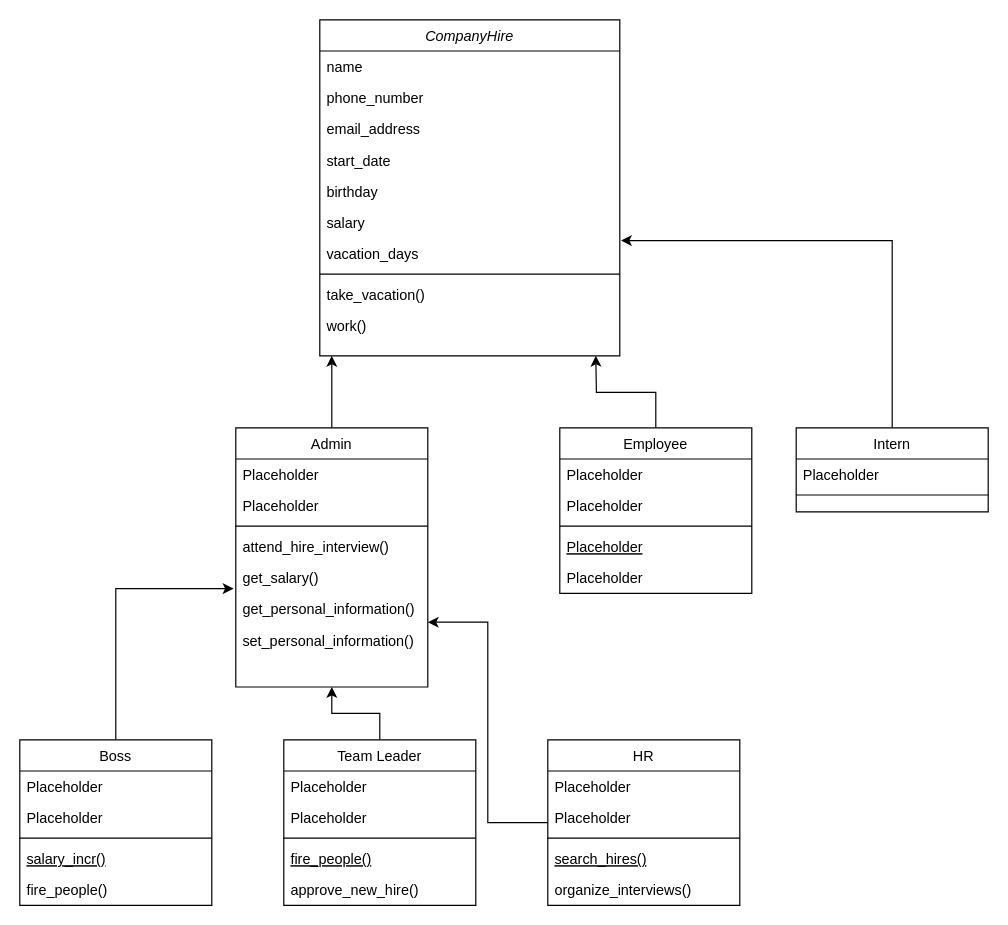
This is Untitled Diagram.drawio from Gaben14/Company_Hierarchy, a draw.io file, before an edit. Source tidied: cells renumbered, new cells numbered last; positions are measured from the earlier drawing's top-left corner, leaving out a move shared by most shapes. Both pictures are drawn from the tidied source at 120%, with x=0, y=0 at pixel (19, 19).
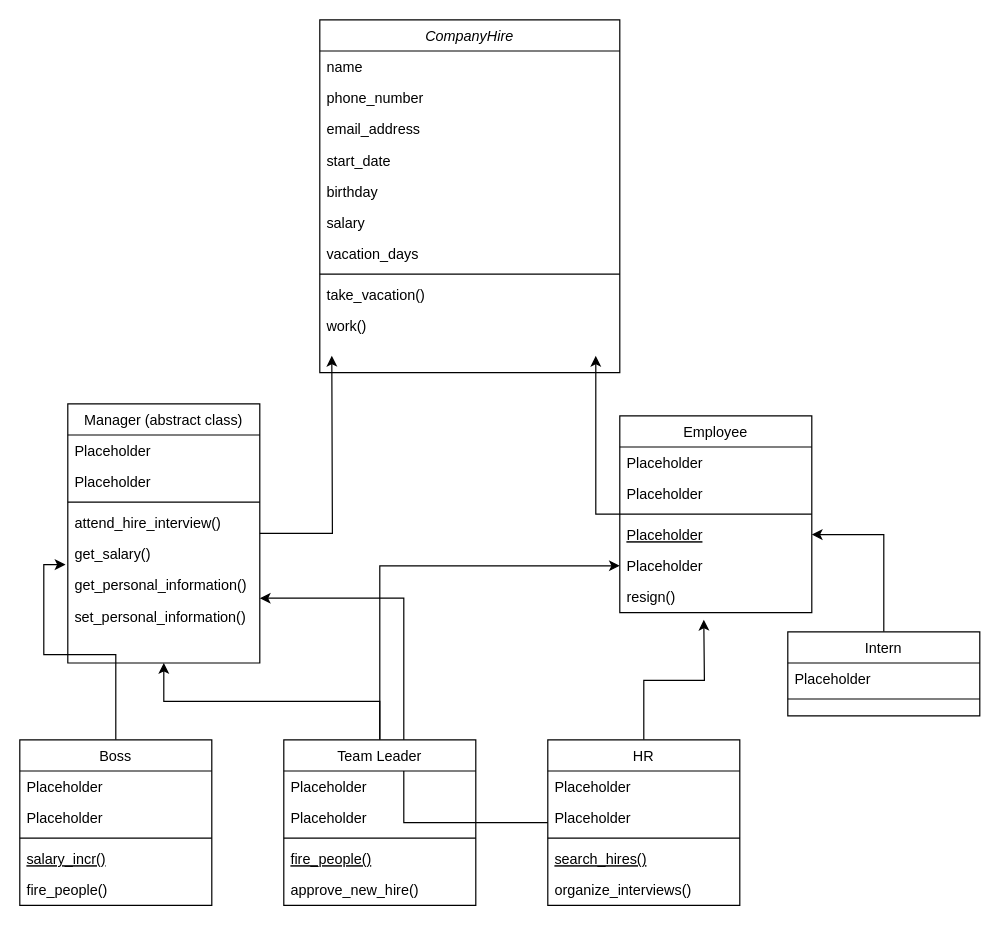
The same diagram, later.

Unchanged cells that the change refers to:
```xml
<mxCell id="9" value="vacation_days" style="text;align=left;verticalAlign=top;spacingLeft=4;spacingRight=4;overflow=hidden;points=[[0,0.5],[1,0.5]];portConstraint=eastwest;" parent="2" vertex="1">
  <mxGeometry y="182" width="250" height="26" as="geometry" />
</mxCell>
<mxCell id="18" value="Placeholder" style="text;align=left;verticalAlign=top;spacingLeft=4;spacingRight=4;overflow=hidden;points=[[0,0.5],[1,0.5]];portConstraint=eastwest;fontStyle=4;" parent="14" vertex="1">
  <mxGeometry y="86" width="160" height="26" as="geometry" />
</mxCell>
<mxCell id="19" value="Placeholder" style="text;align=left;verticalAlign=top;spacingLeft=4;spacingRight=4;overflow=hidden;points=[[0,0.5],[1,0.5]];portConstraint=eastwest;" parent="14" vertex="1">
  <mxGeometry y="112" width="160" height="26" as="geometry" />
</mxCell>
<mxCell id="34" value="HR" style="swimlane;fontStyle=0;align=center;verticalAlign=top;horizontal=1;startSize=26;rounded=0;shadow=0;strokeWidth=1;" parent="1" vertex="1">
  <mxGeometry x="440" y="600" width="160" height="138" as="geometry" />
</mxCell>
<mxCell id="41" value="Team Leader" style="swimlane;fontStyle=0;align=center;verticalAlign=top;horizontal=1;startSize=26;rounded=0;shadow=0;strokeWidth=1;" parent="1" vertex="1">
  <mxGeometry x="220" y="600" width="160" height="138" as="geometry" />
</mxCell>
```

The edit, as a diff of the source:
```diff
@@
     <mxCell id="2" value="CompanyHire" style="swimlane;fontStyle=2;align=center;verticalAlign=top;horizontal=1;startSize=26;rounded=0;shadow=0;strokeWidth=1;" parent="1" vertex="1">
-      <mxGeometry x="250" width="250" height="280" as="geometry" />
+      <mxGeometry x="250" width="250" height="294" as="geometry" />
     </mxCell>
@@
     <mxCell id="14" value="Employee" style="swimlane;fontStyle=0;align=center;verticalAlign=top;horizontal=1;startSize=26;rounded=0;shadow=0;strokeWidth=1;" parent="1" vertex="1">
-      <mxGeometry x="450" y="340" width="160" height="138" as="geometry" />
+      <mxGeometry x="500" y="330" width="160" height="164" as="geometry" />
     </mxCell>
@@
+    <mxCell id="54" value="resign()" style="text;align=left;verticalAlign=top;spacingLeft=4;spacingRight=4;overflow=hidden;" parent="14" vertex="1">
+      <mxGeometry y="138" width="160" height="26" as="geometry" />
+    </mxCell>
-    <mxCell id="20" style="edgeStyle=orthogonalEdgeStyle;rounded=0;jettySize=auto;html=1;entryX=1.004;entryY=0.077;entryDx=0;entryDy=0;entryPerimeter=0;" parent="1" edge="1" source="21" target="9">
+    <mxCell id="20" style="edgeStyle=orthogonalEdgeStyle;rounded=0;jettySize=auto;html=1;entryX=1;entryY=0.5;entryDx=0;entryDy=0;" parent="1" edge="1" source="21" target="18">
       <mxGeometry relative="1" as="geometry" />
     </mxCell>
     <mxCell id="21" value="Intern" style="swimlane;fontStyle=0;align=center;verticalAlign=top;horizontal=1;startSize=26;rounded=0;shadow=0;strokeWidth=1;" parent="1" vertex="1">
-      <mxGeometry x="647" y="340" width="160" height="70" as="geometry" />
+      <mxGeometry x="640" y="510" width="160" height="70" as="geometry" />
     </mxCell>
@@
-    <mxCell id="25" value="Admin" style="swimlane;fontStyle=0;align=center;verticalAlign=top;horizontal=1;startSize=26;rounded=0;shadow=0;strokeWidth=1;" parent="1" vertex="1">
-      <mxGeometry x="180" y="340" width="160" height="216" as="geometry" />
+    <mxCell id="25" value="Manager (abstract class)" style="swimlane;fontStyle=0;align=center;verticalAlign=top;horizontal=1;startSize=26;rounded=0;shadow=0;strokeWidth=1;" parent="1" vertex="1">
+      <mxGeometry x="40" y="320" width="160" height="216" as="geometry" />
     </mxCell>
@@
+    <mxCell id="55" style="edgeStyle=orthogonalEdgeStyle;rounded=0;jettySize=auto;html=1;" parent="1" edge="1" source="34">
+      <mxGeometry relative="1" as="geometry">
+        <mxPoint x="570" y="500" as="targetPoint" />
+      </mxGeometry>
+    </mxCell>
@@
+    <mxCell id="56" style="edgeStyle=orthogonalEdgeStyle;rounded=0;jettySize=auto;html=1;entryX=0;entryY=0.5;entryDx=0;entryDy=0;" parent="1" edge="1" source="41" target="19">
+      <mxGeometry relative="1" as="geometry" />
+    </mxCell>
```
